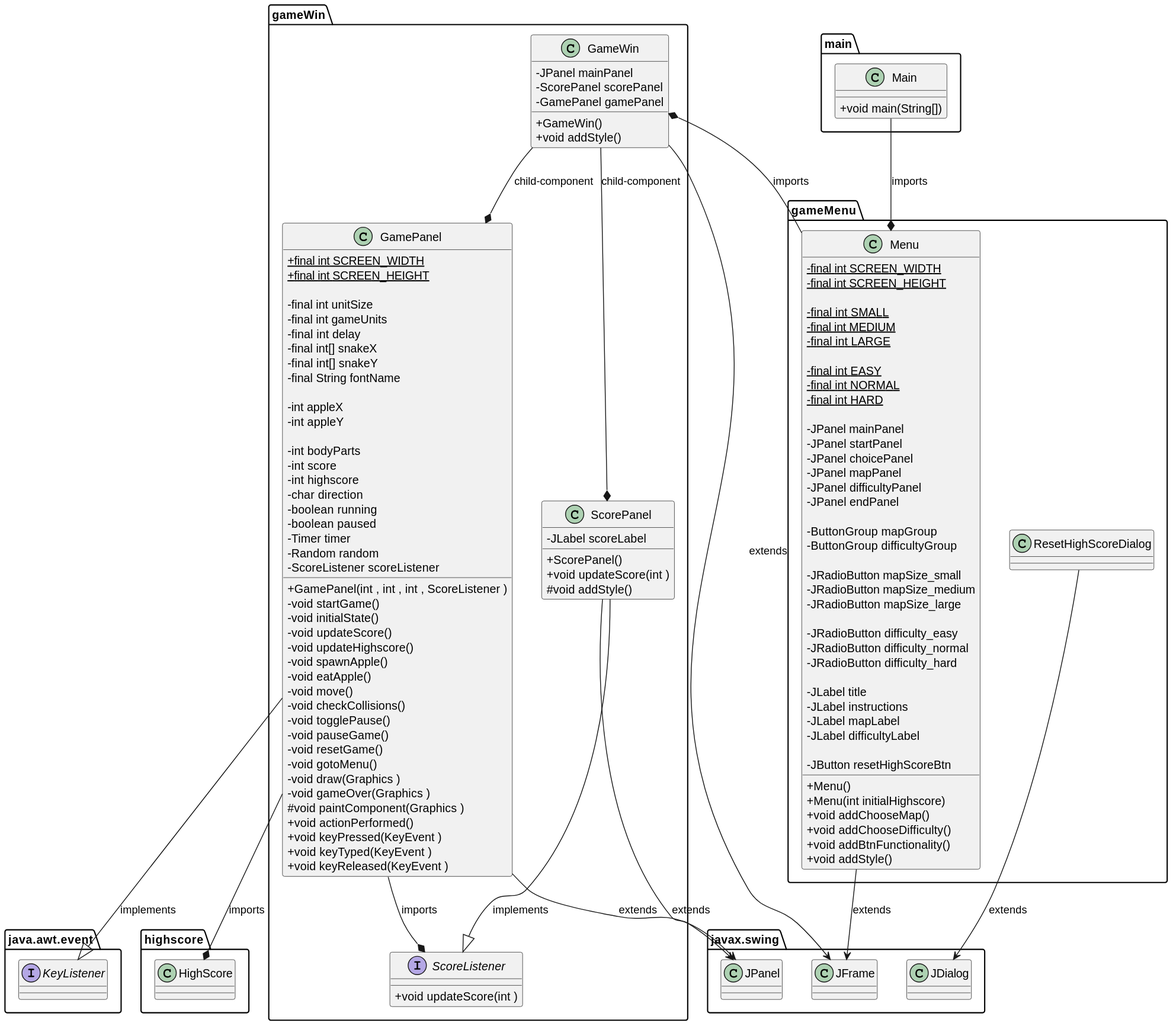
Above: docs/svg/gameClassDiagram.svg in ShaheerSharif/snake-game-4th-sem (PlantUML), before the change.
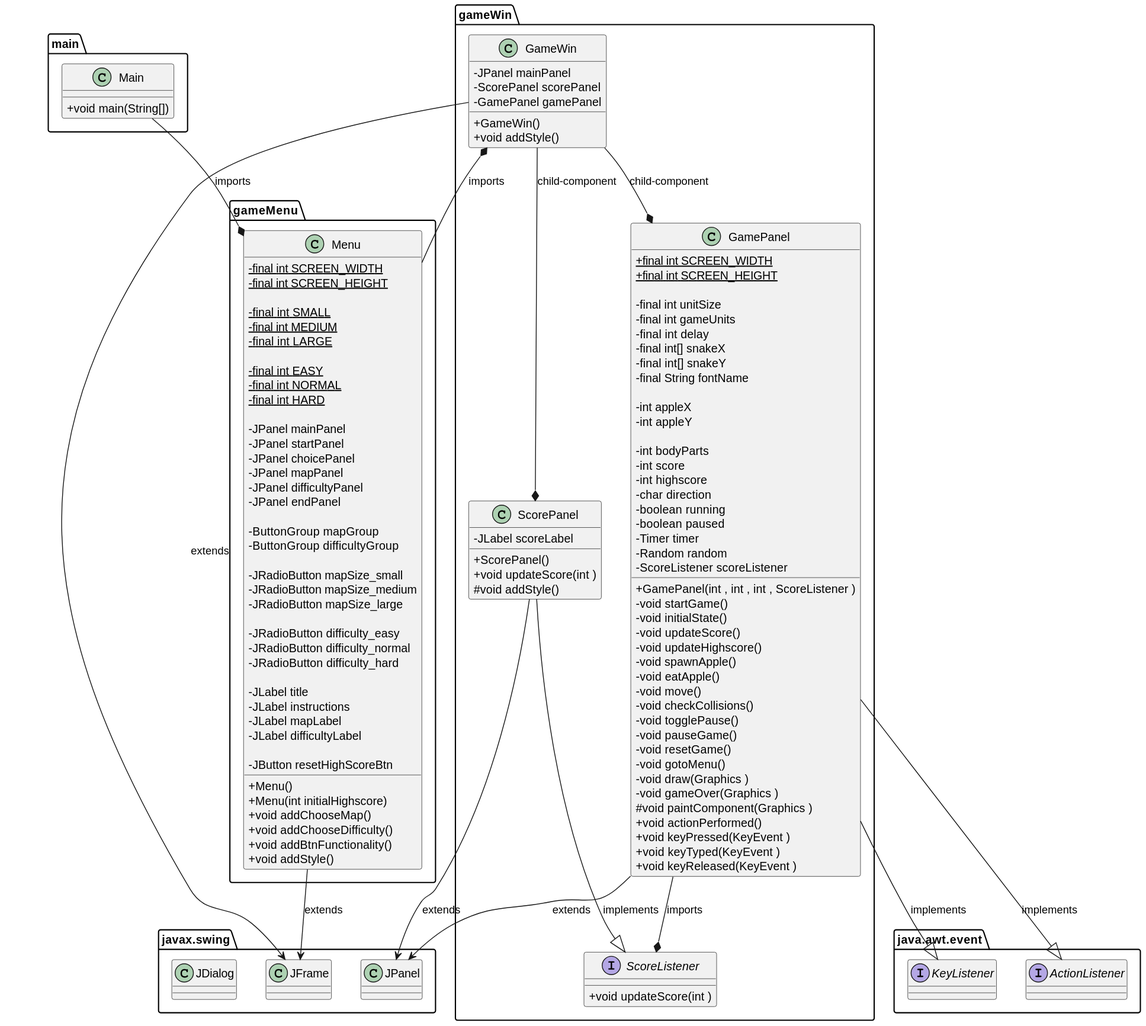
Later version of the same file.

Change to the diagram source:
```diff
@@ -2,20 +2,19 @@
 
     skinparam classAttributeIconSize 0
 
-    gameMenu.ResetHighScoreDialog --> javax.swing.JDialog : extends
     gameMenu.Menu --> javax.swing.JFrame : extends
     gameWin.GameWin --> javax.swing.JFrame : extends
     gameWin.GamePanel --> javax.swing.JPanel : extends
     gameWin.ScorePanel --> javax.swing.JPanel : extends
 
     gameWin.GamePanel --|> java.awt.event.KeyListener : implements
+    gameWin.GamePanel --|> java.awt.event.ActionListener : implements
     gameWin.ScorePanel --|> gameWin.ScoreListener : implements
 
     gameWin.GameWin --* gameWin.ScorePanel : child-component
     gameWin.GameWin --* gameWin.GamePanel : child-component
 
     gameMenu.Menu -left-* gameWin.GameWin : imports
-    gameWin.GamePanel --* highscore.HighScore : imports
     gameWin.GamePanel --* gameWin.ScoreListener : imports
     main.Main --* gameMenu.Menu : imports
 
@@ -25,7 +24,6 @@
 
     package gameMenu {
         class gameMenu.Menu
-        class gameMenu.ResetHighScoreDialog
     }
 
     package gameWin {
@@ -44,6 +42,7 @@
 
     package java.awt.event {
         interface java.awt.event.KeyListener
+        interface java.awt.event.ActionListener
     }
 
     class main.Main {
```
